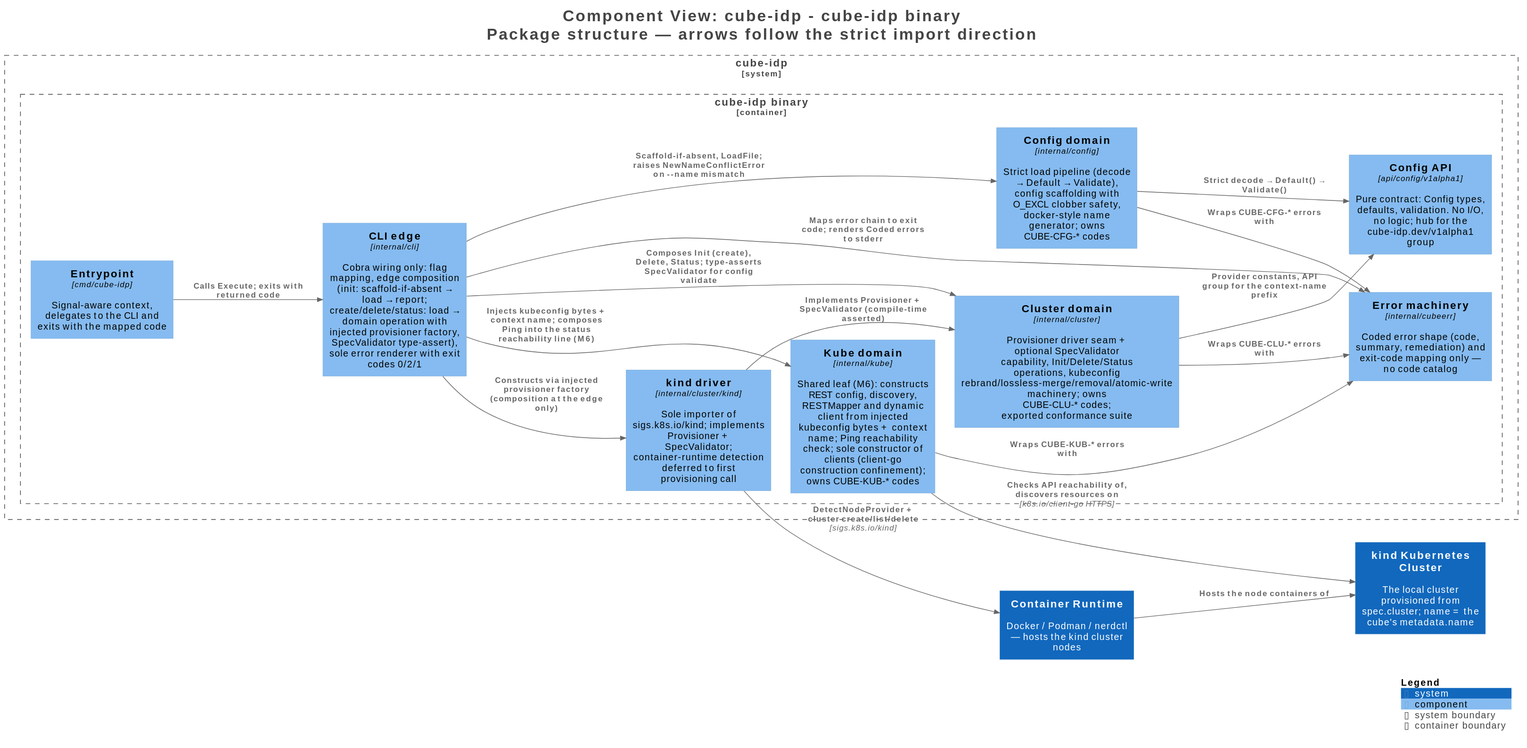
Earlier version of the PlantUML export docs/architecture/structurizr-Components.svg (cube-idp/cube-idp).
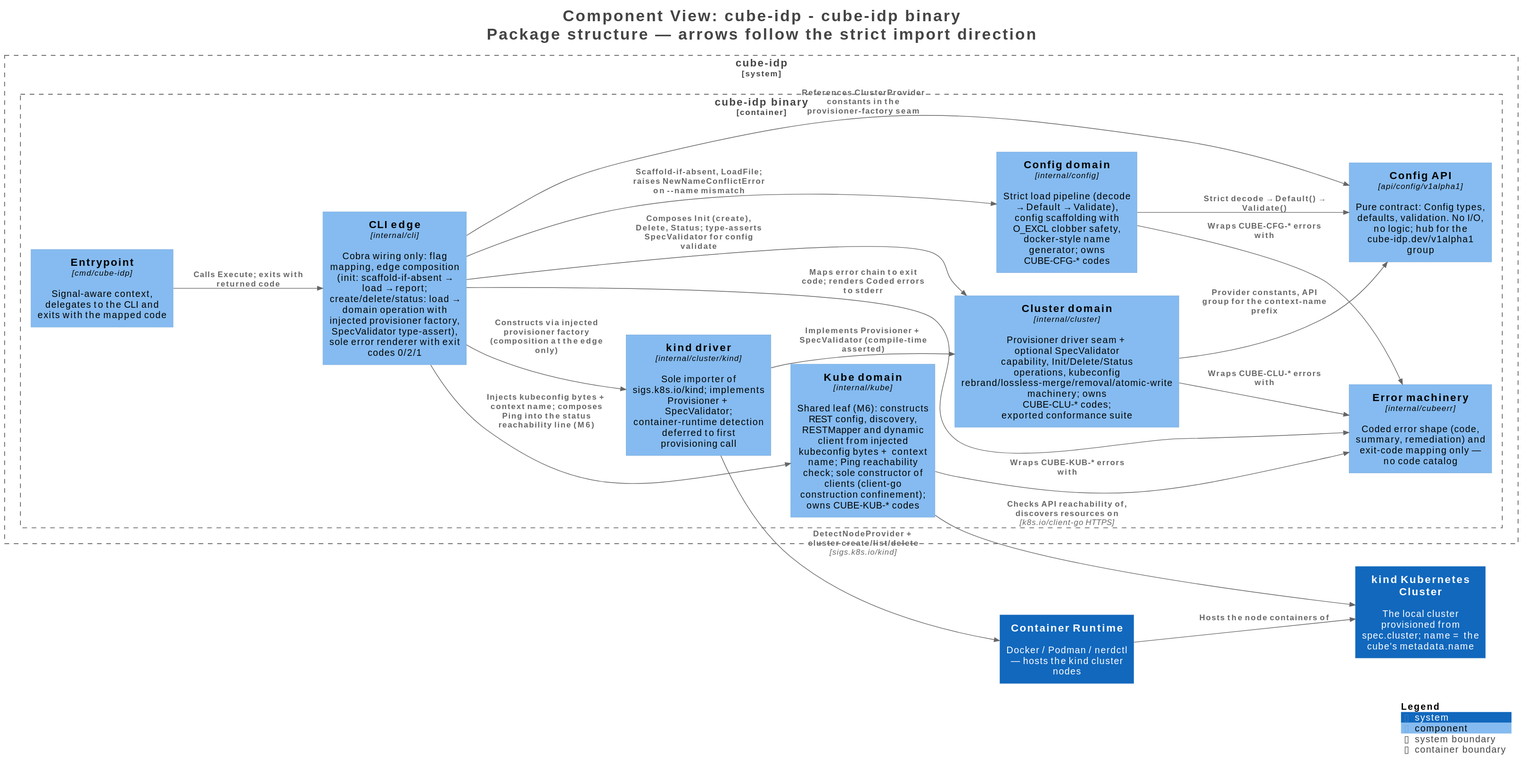
Later version of the same file.

Commit message:
docs: architecture audit against reindexed codegraph — 4 accuracy fixes (#86)

Change to the diagram source:
```diff
@@ -34,6 +34,7 @@
 
 Rel(ContainerRuntime, kindKubernetesCluster, "Hosts the node containers of", $techn="", $tags="", $link="")
 Rel(cubeidp.cubeidpbinary.Entrypoint, cubeidp.cubeidpbinary.CLIedge, "Calls Execute; exits with returned code", $techn="", $tags="", $link="")
+Rel(cubeidp.cubeidpbinary.CLIedge, cubeidp.cubeidpbinary.ConfigAPI, "References ClusterProvider constants in the provisioner-factory seam", $techn="", $tags="", $link="")
 Rel(cubeidp.cubeidpbinary.CLIedge, cubeidp.cubeidpbinary.Configdomain, "Scaffold-if-absent, LoadFile; raises NewNameConflictError on --name mismatch", $techn="", $tags="", $link="")
 Rel(cubeidp.cubeidpbinary.CLIedge, cubeidp.cubeidpbinary.Clusterdomain, "Composes Init (create), Delete, Status; type-asserts SpecValidator for config validate", $techn="", $tags="", $link="")
 Rel(cubeidp.cubeidpbinary.CLIedge, cubeidp.cubeidpbinary.kinddriver, "Constructs via injected provisioner factory (composition at the edge only)", $techn="", $tags="", $link="")
```
